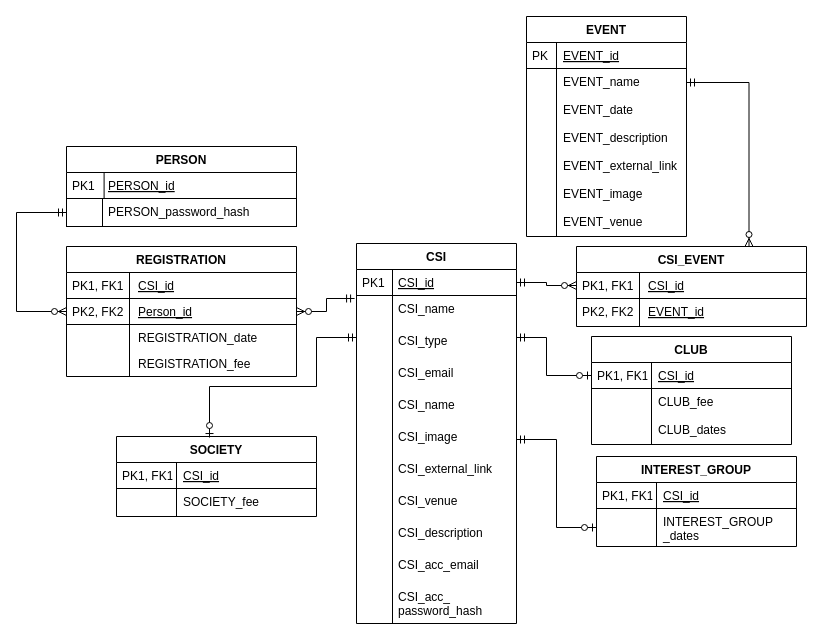
Makizoro/Overclock keeps this draw.io diagram as Diagrams/ERD.drawio. Above is the earlier version. Source tidied: cells renumbered, new cells numbered last; positions are measured from the earlier drawing's top-left corner, leaving out a move shared by most shapes. Both pictures are drawn from the tidied source at 100%, with x=0, y=0 at pixel (16, 16).
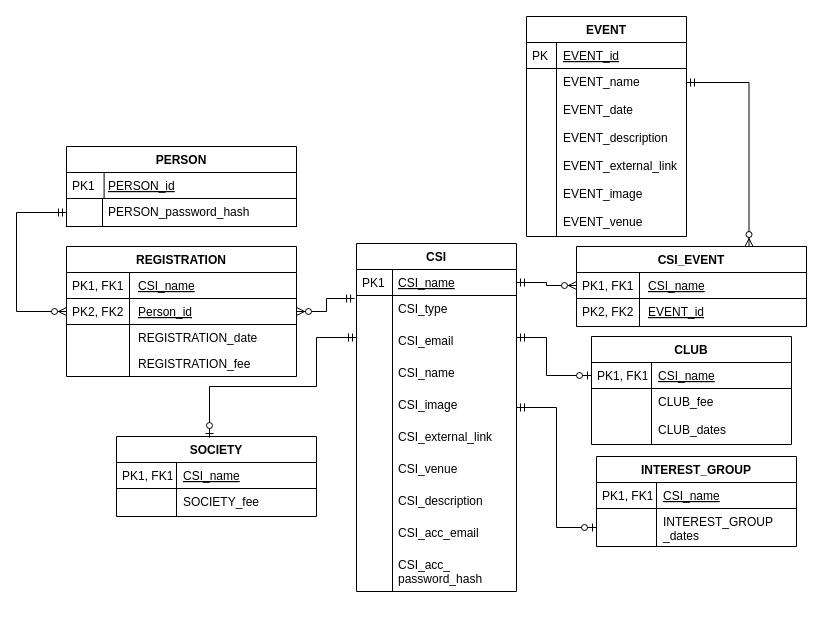
The same diagram, later.

Unchanged cells that the change refers to:
```xml
<mxCell id="30" value="INTEREST_GROUP" style="swimlane;fontStyle=1;horizontal=1;startSize=26;rounded=0;shadow=0;strokeWidth=1;" parent="1" vertex="1">
  <mxGeometry x="580" y="440" width="200" height="90" as="geometry" />
</mxCell>
<mxCell id="35" value="REGISTRATION" style="swimlane;fontStyle=1;horizontal=1;startSize=26;rounded=0;shadow=0;strokeWidth=1;" parent="1" vertex="1">
  <mxGeometry x="50" y="230" width="230" height="130" as="geometry" />
</mxCell>
<mxCell id="45" value="SOCIETY" style="swimlane;fontStyle=1;horizontal=1;startSize=26;rounded=0;shadow=0;strokeWidth=1;" parent="1" vertex="1">
  <mxGeometry x="100" y="420" width="200" height="80" as="geometry" />
</mxCell>
<mxCell id="51" value="CLUB" style="swimlane;fontStyle=1;horizontal=1;startSize=26;rounded=0;shadow=0;strokeWidth=1;" parent="1" vertex="1">
  <mxGeometry x="575" y="320" width="200" height="108" as="geometry" />
</mxCell>
<mxCell id="76" value="CSI_EVENT" style="swimlane;fontStyle=1;horizontal=1;startSize=26;rounded=0;shadow=0;strokeWidth=1;" parent="1" vertex="1">
  <mxGeometry x="560" y="230" width="230" height="80" as="geometry" />
</mxCell>
```

Diff of the diagram source:
```diff
@@
     <mxCell id="7" value="CSI" style="swimlane;fontStyle=1;horizontal=1;startSize=26;rounded=0;shadow=0;strokeWidth=1;" parent="1" vertex="1">
-      <mxGeometry x="340" y="227" width="160" height="380" as="geometry" />
+      <mxGeometry x="340" y="227" width="160" height="348" as="geometry" />
     </mxCell>
-    <mxCell id="8" value="CSI_id" style="shape=partialRectangle;top=0;left=0;right=0;bottom=1;align=left;verticalAlign=top;fillColor=none;spacingLeft=40;spacingRight=4;overflow=hidden;points=[[0,0.5],[1,0.5]];portConstraint=eastwest;rounded=0;shadow=0;strokeWidth=1;fontStyle=4;" parent="7" vertex="1">
+    <mxCell id="8" value="CSI_name" style="shape=partialRectangle;top=0;left=0;right=0;bottom=1;align=left;verticalAlign=top;fillColor=none;spacingLeft=40;spacingRight=4;overflow=hidden;points=[[0,0.5],[1,0.5]];portConstraint=eastwest;rounded=0;shadow=0;strokeWidth=1;fontStyle=4;" parent="7" vertex="1">
       <mxGeometry y="26" width="160" height="26" as="geometry" />
     </mxCell>
@@
-    <mxCell id="10" value="CSI_name" style="shape=partialRectangle;top=0;left=0;right=0;bottom=0;align=left;verticalAlign=top;fillColor=none;spacingLeft=40;spacingRight=4;overflow=hidden;rounded=0;shadow=0;strokeWidth=1;" parent="7" vertex="1">
-      <mxGeometry y="52" width="160" height="32" as="geometry" />
-    </mxCell>
-    <mxCell id="11" style="shape=partialRectangle;top=0;left=0;bottom=0;fillColor=none;align=left;verticalAlign=top;spacingLeft=4;spacingRight=4;overflow=hidden;" parent="10" vertex="1">
-      <mxGeometry width="36" height="32" as="geometry" />
-    </mxCell>
     <mxCell id="12" value="CSI_type" style="shape=partialRectangle;top=0;left=0;right=0;bottom=0;align=left;verticalAlign=top;fillColor=none;spacingLeft=40;spacingRight=4;overflow=hidden;rounded=0;shadow=0;strokeWidth=1;" parent="7" vertex="1">
-      <mxGeometry y="84" width="160" height="32" as="geometry" />
+      <mxGeometry y="52" width="160" height="32" as="geometry" />
     </mxCell>
@@
     <mxCell id="14" value="CSI_email" style="shape=partialRectangle;top=0;left=0;right=0;bottom=0;align=left;verticalAlign=top;fillColor=none;spacingLeft=40;spacingRight=4;overflow=hidden;rounded=0;shadow=0;strokeWidth=1;" parent="7" vertex="1">
-      <mxGeometry y="116" width="160" height="32" as="geometry" />
+      <mxGeometry y="84" width="160" height="32" as="geometry" />
     </mxCell>
@@
     <mxCell id="16" value="CSI_name" style="shape=partialRectangle;top=0;left=0;right=0;bottom=0;align=left;verticalAlign=top;fillColor=none;spacingLeft=40;spacingRight=4;overflow=hidden;rounded=0;shadow=0;strokeWidth=1;" parent="7" vertex="1">
-      <mxGeometry y="148" width="160" height="32" as="geometry" />
+      <mxGeometry y="116" width="160" height="32" as="geometry" />
     </mxCell>
@@
     <mxCell id="18" value="CSI_image" style="shape=partialRectangle;top=0;left=0;right=0;bottom=0;align=left;verticalAlign=top;fillColor=none;spacingLeft=40;spacingRight=4;overflow=hidden;points=[[0,0.5],[1,0.5]];portConstraint=eastwest;rounded=0;shadow=0;strokeWidth=1;" parent="7" vertex="1">
-      <mxGeometry y="180" width="160" height="32" as="geometry" />
+      <mxGeometry y="148" width="160" height="32" as="geometry" />
     </mxCell>
@@
     <mxCell id="20" value="CSI_external_link" style="shape=partialRectangle;top=0;left=0;right=0;bottom=0;align=left;verticalAlign=top;fillColor=none;spacingLeft=40;spacingRight=4;overflow=hidden;rounded=0;shadow=0;strokeWidth=1;" parent="7" vertex="1">
-      <mxGeometry y="212" width="160" height="32" as="geometry" />
+      <mxGeometry y="180" width="160" height="32" as="geometry" />
     </mxCell>
@@
     <mxCell id="22" value="CSI_venue" style="shape=partialRectangle;top=0;left=0;right=0;bottom=0;align=left;verticalAlign=top;fillColor=none;spacingLeft=40;spacingRight=4;overflow=hidden;rounded=0;shadow=0;strokeWidth=1;" parent="7" vertex="1">
-      <mxGeometry y="244" width="160" height="32" as="geometry" />
+      <mxGeometry y="212" width="160" height="32" as="geometry" />
     </mxCell>
@@
     <mxCell id="24" value="CSI_description" style="shape=partialRectangle;top=0;left=0;right=0;bottom=0;align=left;verticalAlign=top;fillColor=none;spacingLeft=40;spacingRight=4;overflow=hidden;rounded=0;shadow=0;strokeWidth=1;" parent="7" vertex="1">
-      <mxGeometry y="276" width="160" height="32" as="geometry" />
+      <mxGeometry y="244" width="160" height="32" as="geometry" />
     </mxCell>
@@
     <mxCell id="26" value="CSI_acc_email" style="shape=partialRectangle;top=0;left=0;right=0;bottom=0;align=left;verticalAlign=top;fillColor=none;spacingLeft=40;spacingRight=4;overflow=hidden;rounded=0;shadow=0;strokeWidth=1;" parent="7" vertex="1">
-      <mxGeometry y="308" width="160" height="32" as="geometry" />
+      <mxGeometry y="276" width="160" height="32" as="geometry" />
     </mxCell>
@@
     <mxCell id="28" value="CSI_acc_&#10;password_hash" style="shape=partialRectangle;top=0;left=0;right=0;bottom=0;align=left;verticalAlign=top;fillColor=none;spacingLeft=40;spacingRight=4;overflow=hidden;rounded=0;shadow=0;strokeWidth=1;" parent="7" vertex="1">
-      <mxGeometry y="340" width="160" height="40" as="geometry" />
+      <mxGeometry y="308" width="160" height="40" as="geometry" />
     </mxCell>
@@
-    <mxCell id="31" value="CSI_id" style="shape=partialRectangle;top=0;left=0;right=0;bottom=1;align=left;verticalAlign=top;fillColor=none;spacingLeft=65;spacingRight=4;overflow=hidden;rounded=0;shadow=0;strokeWidth=1;fontStyle=4;" parent="30" vertex="1">
+    <mxCell id="31" value="CSI_name" style="shape=partialRectangle;top=0;left=0;right=0;bottom=1;align=left;verticalAlign=top;fillColor=none;spacingLeft=65;spacingRight=4;overflow=hidden;rounded=0;shadow=0;strokeWidth=1;fontStyle=4;" parent="30" vertex="1">
       <mxGeometry y="26" width="200" height="26" as="geometry" />
     </mxCell>
@@
-    <mxCell id="36" value="CSI_id" style="shape=partialRectangle;top=0;left=0;right=0;bottom=1;align=left;verticalAlign=top;fillColor=none;spacingLeft=70;spacingRight=4;overflow=hidden;rounded=0;shadow=0;strokeWidth=1;fontStyle=4;" parent="35" vertex="1">
+    <mxCell id="36" value="CSI_name" style="shape=partialRectangle;top=0;left=0;right=0;bottom=1;align=left;verticalAlign=top;fillColor=none;spacingLeft=70;spacingRight=4;overflow=hidden;rounded=0;shadow=0;strokeWidth=1;fontStyle=4;" parent="35" vertex="1">
       <mxGeometry y="26" width="230" height="26" as="geometry" />
     </mxCell>
@@
-    <mxCell id="46" value="CSI_id" style="shape=partialRectangle;top=0;left=0;right=0;bottom=1;align=left;verticalAlign=top;fillColor=none;spacingLeft=65;spacingRight=4;overflow=hidden;rounded=0;shadow=0;strokeWidth=1;fontStyle=4;" parent="45" vertex="1">
+    <mxCell id="46" value="CSI_name" style="shape=partialRectangle;top=0;left=0;right=0;bottom=1;align=left;verticalAlign=top;fillColor=none;spacingLeft=65;spacingRight=4;overflow=hidden;rounded=0;shadow=0;strokeWidth=1;fontStyle=4;" parent="45" vertex="1">
       <mxGeometry y="26" width="200" height="26" as="geometry" />
     </mxCell>
@@
-    <mxCell id="52" value="CSI_id" style="shape=partialRectangle;top=0;left=0;right=0;bottom=1;align=left;verticalAlign=top;fillColor=none;spacingLeft=65;spacingRight=4;overflow=hidden;points=[[0,0.5],[1,0.5]];portConstraint=eastwest;rounded=0;shadow=0;strokeWidth=1;fontStyle=4;" parent="51" vertex="1">
+    <mxCell id="52" value="CSI_name" style="shape=partialRectangle;top=0;left=0;right=0;bottom=1;align=left;verticalAlign=top;fillColor=none;spacingLeft=65;spacingRight=4;overflow=hidden;points=[[0,0.5],[1,0.5]];portConstraint=eastwest;rounded=0;shadow=0;strokeWidth=1;fontStyle=4;" parent="51" vertex="1">
       <mxGeometry y="26" width="200" height="26" as="geometry" />
     </mxCell>
@@
-    <mxCell id="77" value="CSI_id" style="shape=partialRectangle;top=0;left=0;right=0;bottom=1;align=left;verticalAlign=top;fillColor=none;spacingLeft=70;spacingRight=4;overflow=hidden;points=[[0,0.5],[1,0.5]];portConstraint=eastwest;rounded=0;shadow=0;strokeWidth=1;fontStyle=4;" parent="76" vertex="1">
+    <mxCell id="77" value="CSI_name" style="shape=partialRectangle;top=0;left=0;right=0;bottom=1;align=left;verticalAlign=top;fillColor=none;spacingLeft=70;spacingRight=4;overflow=hidden;points=[[0,0.5],[1,0.5]];portConstraint=eastwest;rounded=0;shadow=0;strokeWidth=1;fontStyle=4;" parent="76" vertex="1">
       <mxGeometry y="26" width="230" height="26" as="geometry" />
     </mxCell>
```
